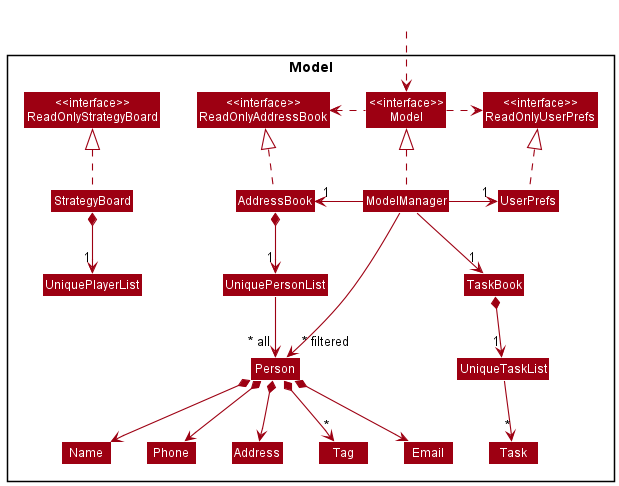
This is docs/images/ModelClassDiagram.png from simjunheng/tp, a PlantUML export, as it was before one commit. Source of this version:
```plantuml
@startuml
!include style.puml
skinparam arrowThickness 1.1
skinparam arrowColor MODEL_COLOR
skinparam classBackgroundColor MODEL_COLOR

Package Model <<Rectangle>>{
Class "<<interface>>\nReadOnlyAddressBook" as ReadOnlyAddressBook
Class "<<interface>>\nReadOnlyUserPrefs" as ReadOnlyUserPrefs
Class "<<interface>>\nModel" as Model
Class "<<interface>>\nReadOnlyStrategyBoard" as ReadOnlyStrategyBoard
Class AddressBook
Class ModelManager
Class StrategyBoard
Class TaskBook
Class UniqueTaskList
Class UniquePlayerList
Class UserPrefs

Class UniquePersonList
Class Person
Class Address
Class Email
Class Name
Class Phone
Class Tag
Class Task

}

Class HiddenOutside #FFFFFF
HiddenOutside ..> Model

AddressBook .up.|> ReadOnlyAddressBook

StrategyBoard .up.|> ReadOnlyStrategyBoard

StrategyBoard *--> "1" UniquePlayerList


ModelManager .up.|> Model
Model .right.> ReadOnlyUserPrefs
Model .left.> ReadOnlyAddressBook
ModelManager -left-> "1" AddressBook
ModelManager -right-> "1" UserPrefs
UserPrefs .up.|> ReadOnlyUserPrefs

AddressBook *--> "1" UniquePersonList
UniquePersonList --> "~* all" Person
Person *--> Name
Person *--> Phone
Person *--> Email
Person *--> Address
Person *--> "*" Tag

Name -[hidden]right-> Phone
Phone -[hidden]right-> Address
Address -[hidden]right-> Email

ModelManager --> "1"  TaskBook
TaskBook *-->"1" UniqueTaskList
UniqueTaskList --> "*" Task
ModelManager -->"~* filtered" Person

@enduml
```
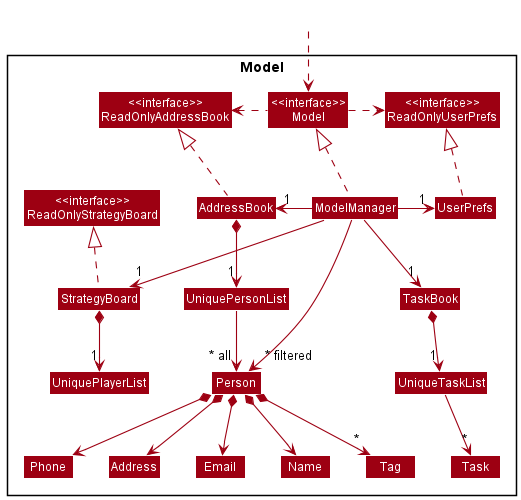
After the commit.

What changed in the source:
```diff
@@ -58,6 +58,7 @@
 Address -[hidden]right-> Email
 
 ModelManager --> "1"  TaskBook
+ModelManager --> "1"  StrategyBoard
 TaskBook *-->"1" UniqueTaskList
 UniqueTaskList --> "*" Task
 ModelManager -->"~* filtered" Person
```
